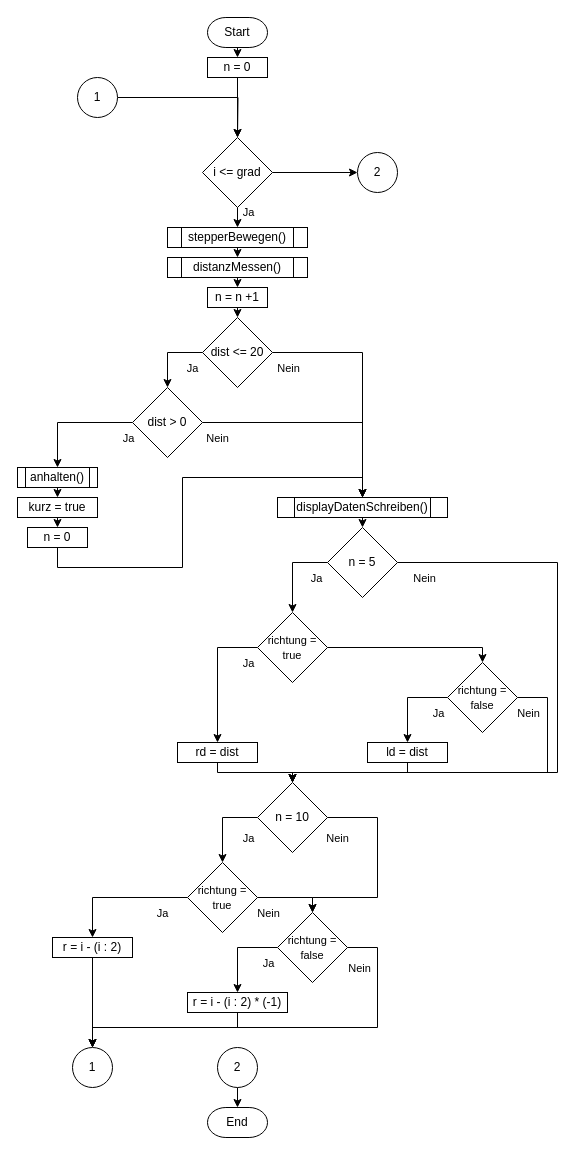
Before: MainPAP.drawio in DanielSteinhauser/lidar-auto, a draw.io diagram. Source tidied: cells renumbered, new cells numbered last; positions are measured from the earlier drawing's top-left corner, leaving out a move shared by most shapes. Both pictures are drawn from the tidied source at 100%, with x=0, y=0 at pixel (17, 17).
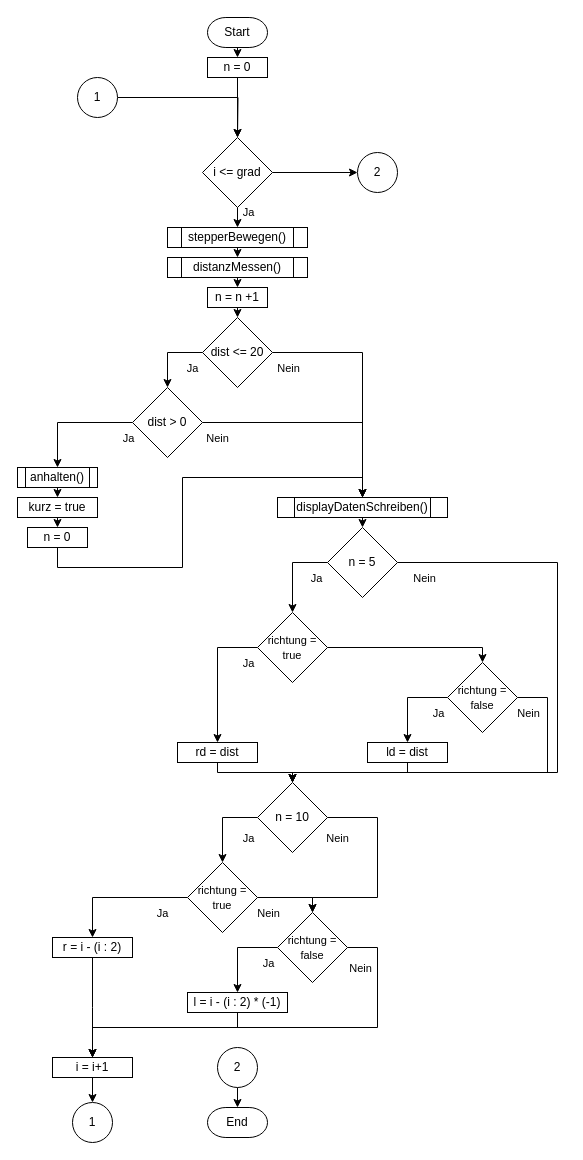
After the change.

Unchanged cells that the change refers to:
```xml
<mxCell id="66" value="&lt;font style=&quot;font-size: 11px&quot;&gt;richtung = false&lt;/font&gt;" style="strokeWidth=1;html=1;shape=mxgraph.flowchart.decision;whiteSpace=wrap;rounded=1;strokeColor=default;" parent="1" vertex="1">
  <mxGeometry x="260" y="895" width="70" height="70" as="geometry" />
</mxCell>
<mxCell id="68" value="r = i - (i : 2)" style="rounded=0;whiteSpace=wrap;html=1;absoluteArcSize=1;arcSize=14;strokeWidth=1;" parent="1" vertex="1">
  <mxGeometry x="35" y="920" width="80" height="20" as="geometry" />
</mxCell>
```

The edit, as a diff of the source:
```diff
@@
-    <mxCell id="64" style="edgeStyle=orthogonalEdgeStyle;rounded=0;jettySize=auto;html=1;exitX=1;exitY=0.5;exitDx=0;exitDy=0;exitPerimeter=0;" parent="1" edge="1" source="66" target="74">
+    <mxCell id="64" style="edgeStyle=orthogonalEdgeStyle;rounded=0;jettySize=auto;html=1;exitX=1;exitY=0.5;exitDx=0;exitDy=0;exitPerimeter=0;" parent="1" edge="1" source="66">
       <mxGeometry relative="1" as="geometry">
+        <mxPoint x="75" y="1040" as="targetPoint" />
         <Array as="points">
           <mxPoint x="360" y="930" />
           <mxPoint x="360" y="1010" />
           <mxPoint x="75" y="1010" />
         </Array>
       </mxGeometry>
     </mxCell>
@@
-    <mxCell id="67" style="edgeStyle=orthogonalEdgeStyle;rounded=0;jettySize=auto;html=1;exitX=0.5;exitY=1;exitDx=0;exitDy=0;entryX=0.5;entryY=0;entryDx=0;entryDy=0;entryPerimeter=0;" parent="1" edge="1" source="68" target="74">
-      <mxGeometry relative="1" as="geometry" />
+    <mxCell id="67" style="edgeStyle=orthogonalEdgeStyle;rounded=0;jettySize=auto;html=1;exitX=0.5;exitY=1;exitDx=0;exitDy=0;" parent="1" edge="1" source="68">
+      <mxGeometry relative="1" as="geometry">
+        <mxPoint x="75" y="1040" as="targetPoint" />
+      </mxGeometry>
     </mxCell>
@@
-    <mxCell id="69" style="edgeStyle=orthogonalEdgeStyle;rounded=0;jettySize=auto;html=1;exitX=0.5;exitY=1;exitDx=0;exitDy=0;" parent="1" edge="1" source="70" target="74">
+    <mxCell id="69" style="edgeStyle=orthogonalEdgeStyle;rounded=0;jettySize=auto;html=1;exitX=0.5;exitY=1;exitDx=0;exitDy=0;" parent="1" edge="1" source="70">
       <mxGeometry relative="1" as="geometry">
+        <mxPoint x="75" y="1040" as="targetPoint" />
         <Array as="points">
           <mxPoint x="220" y="1010" />
           <mxPoint x="75" y="1010" />
         </Array>
       </mxGeometry>
     </mxCell>
-    <mxCell id="70" value="r = i - (i : 2) * (-1)" style="rounded=0;whiteSpace=wrap;html=1;absoluteArcSize=1;arcSize=14;strokeWidth=1;" parent="1" vertex="1">
+    <mxCell id="70" value="l = i - (i : 2) * (-1)" style="rounded=0;whiteSpace=wrap;html=1;absoluteArcSize=1;arcSize=14;strokeWidth=1;" parent="1" vertex="1">
       <mxGeometry x="170" y="975" width="100" height="20" as="geometry" />
     </mxCell>
@@
     <mxCell id="74" value="1" style="strokeWidth=1;html=1;shape=mxgraph.flowchart.start_2;whiteSpace=wrap;rounded=0;" parent="1" vertex="1">
-      <mxGeometry x="55" y="1030" width="40" height="40" as="geometry" />
+      <mxGeometry x="55" y="1085" width="40" height="40" as="geometry" />
     </mxCell>
@@
+    <mxCell id="78" style="edgeStyle=orthogonalEdgeStyle;rounded=0;jettySize=auto;html=1;exitX=0.5;exitY=1;exitDx=0;exitDy=0;entryX=0.5;entryY=0;entryDx=0;entryDy=0;entryPerimeter=0;" parent="1" edge="1" source="79" target="74">
+      <mxGeometry relative="1" as="geometry" />
+    </mxCell>
+    <mxCell id="79" value="i = i+1" style="rounded=0;whiteSpace=wrap;html=1;absoluteArcSize=1;arcSize=14;strokeWidth=1;" parent="1" vertex="1">
+      <mxGeometry x="35" y="1040" width="80" height="20" as="geometry" />
+    </mxCell>
```
